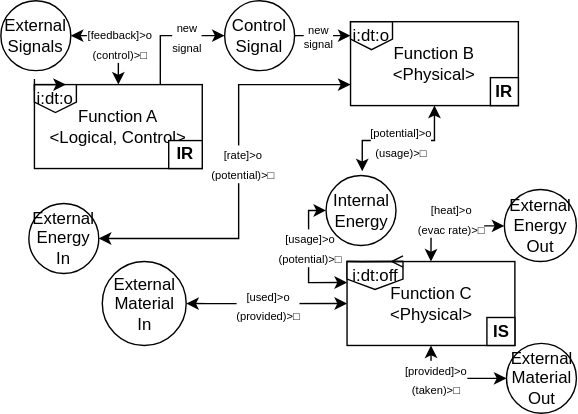
This is docs-source/figures/frdl/diagrams/frdl_fad_nprop.svg from nasa/fmdtools, a draw.io export, as it was before one commit. Source tidied: cells renumbered, new cells last; positions are measured from the earlier drawing's top-left corner, leaving out a move shared by most shapes.
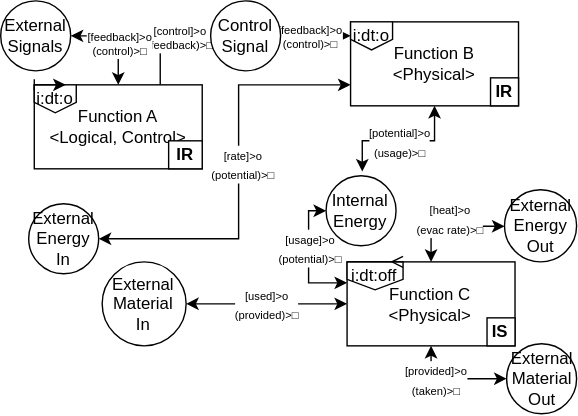
Later version of the same file.

The edit, as a diff of the source:
```diff
@@ -5,7 +5,7 @@
     <mxCell id="2" style="edgeStyle=orthogonalEdgeStyle;rounded=0;jettySize=auto;html=1;exitX=0.75;exitY=0;exitDx=0;exitDy=0;entryX=0;entryY=0.5;entryDx=0;entryDy=0;" parent="1" edge="1" source="4" target="19">
       <mxGeometry relative="1" as="geometry" />
     </mxCell>
-    <mxCell id="3" value="&lt;font style=&quot;font-size: 8px;&quot;&gt;new&lt;br&gt;signal&lt;/font&gt;" style="edgeLabel;html=1;align=center;verticalAlign=middle;" parent="2" vertex="1">
+    <mxCell id="3" value="&lt;span style=&quot;font-size: 8px;&quot;&gt;[control]&amp;gt;o&lt;/span&gt;&lt;div style=&quot;font-size: 8px;&quot;&gt;(feedback)&amp;gt;□&lt;/div&gt;" style="edgeLabel;html=1;align=center;verticalAlign=middle;" parent="2" vertex="1">
       <mxGeometry x="0.06" y="-1" relative="1" as="geometry">
         <mxPoint x="11" y="-1" as="offset" />
       </mxGeometry>
@@ -68,13 +68,13 @@
     <mxCell id="17" style="edgeStyle=orthogonalEdgeStyle;rounded=0;jettySize=auto;html=1;exitX=1;exitY=0.5;exitDx=0;exitDy=0;entryX=0;entryY=0.5;entryDx=0;entryDy=0;" parent="1" edge="1" source="19" target="27">
       <mxGeometry relative="1" as="geometry" />
     </mxCell>
-    <mxCell id="18" value="new&lt;br style=&quot;font-size: 8px;&quot;&gt;signal" style="edgeLabel;html=1;align=center;verticalAlign=middle;fontSize=8;" parent="17" vertex="1">
+    <mxCell id="18" value="[feedback]&amp;gt;o&lt;div&gt;(control)&amp;gt;□&lt;/div&gt;" style="edgeLabel;html=1;align=center;verticalAlign=middle;fontSize=8;" parent="17" vertex="1">
       <mxGeometry x="-0.03" relative="1" as="geometry">
         <mxPoint x="-4" as="offset" />
       </mxGeometry>
     </mxCell>
     <mxCell id="19" value="Control&lt;br&gt;Signal" style="ellipse;whiteSpace=wrap;html=1;" parent="1" vertex="1">
-      <mxGeometry x="160" width="50" height="50" as="geometry" />
+      <mxGeometry x="150" width="50" height="50" as="geometry" />
     </mxCell>
     <mxCell id="20" value="Internal Energy" style="ellipse;whiteSpace=wrap;html=1;" parent="1" vertex="1">
       <mxGeometry x="232.5" y="125" width="50" height="50" as="geometry" />
@@ -131,7 +131,7 @@
         </Array>
       </mxGeometry>
     </mxCell>
-    <mxCell id="34" value="&lt;font style=&quot;font-size: 8px;&quot;&gt;[feedback]&amp;gt;o&lt;br style=&quot;border-color: var(--border-color);&quot;&gt;(control)&amp;gt;□&lt;/font&gt;" style="edgeLabel;html=1;align=center;verticalAlign=middle;" parent="33" vertex="1">
+    <mxCell id="34" value="&lt;span style=&quot;font-size: 8px;&quot;&gt;[feedback]&amp;gt;o&lt;/span&gt;&lt;div style=&quot;font-size: 8px;&quot;&gt;(control)&amp;gt;□&lt;/div&gt;" style="edgeLabel;html=1;align=center;verticalAlign=middle;" parent="33" vertex="1">
       <mxGeometry x="-0.06" y="2" relative="1" as="geometry">
         <mxPoint x="2" y="2" as="offset" />
       </mxGeometry>
```
